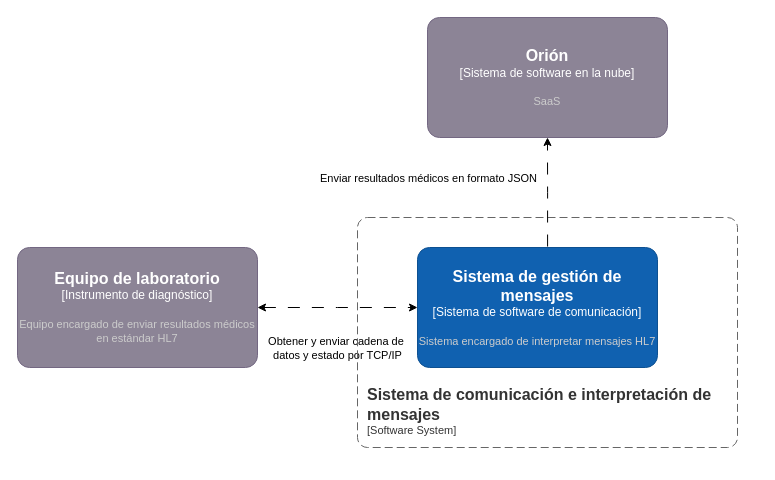
Before: page "Contexto" (1 of 4) of Diagramas/TIC.drawio in GiulianAlbuja/TIC, a draw.io diagram. Source tidied: cells renumbered, new cells numbered last; positions are measured from the earlier drawing's top-left corner, leaving out a move shared by most shapes. Both pictures are drawn from the tidied source at 100%, with x=0, y=0 at pixel (17, 17).
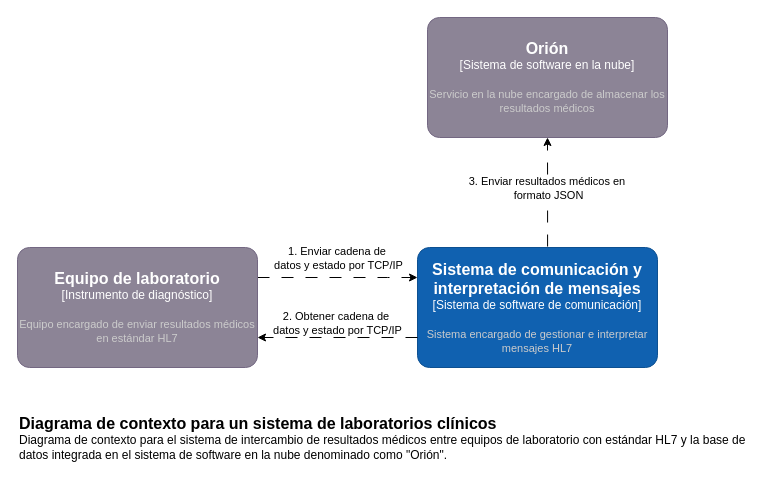
The same diagram, later.

Commit message (it also covers changes not shown here):
Se actualizo diagramas a una version final para discutir con el cliente

The edit, as a diff of the source:
```diff
@@
 <mxGraphModel>
   <root>
     <mxCell id="0" />
     <mxCell id="1" parent="0" />
-    <mxCell id="2" style="edgeStyle=orthogonalEdgeStyle;rounded=0;jettySize=auto;html=1;startArrow=classic;startFill=1;dashed=1;dashPattern=12 12;" parent="1" edge="1" source="4">
+    <mxCell id="2" style="edgeStyle=orthogonalEdgeStyle;rounded=0;jettySize=auto;html=1;startArrow=none;startFill=0;dashed=1;dashPattern=12 12;entryX=0;entryY=0.25;entryDx=0;entryDy=0;entryPerimeter=0;exitX=1;exitY=0.25;exitDx=0;exitDy=0;exitPerimeter=0;" parent="1" edge="1" source="4" target="9">
       <mxGeometry relative="1" as="geometry">
-        <mxPoint x="400" y="290" as="targetPoint" />
+        <Array as="points">
+          <mxPoint x="370" y="260" />
+          <mxPoint x="370" y="260" />
+        </Array>
       </mxGeometry>
     </mxCell>
-    <mxCell id="3" value="Obtener y enviar cadena de&amp;nbsp;&lt;div&gt;datos y estado por TCP/IP&lt;/div&gt;" style="edgeLabel;html=1;align=center;verticalAlign=middle;" parent="2" vertex="1">
+    <mxCell id="3" value="1. Enviar cadena de&amp;nbsp;&lt;div&gt;datos y estado por TCP/IP&lt;/div&gt;" style="edgeLabel;html=1;align=center;verticalAlign=middle;" parent="2" vertex="1">
       <mxGeometry x="0.44" y="2" relative="1" as="geometry">
-        <mxPoint x="-36" y="42" as="offset" />
+        <mxPoint x="-35" y="-18" as="offset" />
       </mxGeometry>
     </mxCell>
     <object id="4" label="&lt;font style=&quot;font-size: 16px&quot;&gt;&lt;b&gt;%c4Name%&lt;/b&gt;&lt;/font&gt;&lt;div&gt;[%c4Type%]&lt;/div&gt;&lt;br&gt;&lt;div&gt;&lt;font style=&quot;font-size: 11px&quot;&gt;&lt;font color=&quot;#cccccc&quot;&gt;%c4Description%&lt;/font&gt;&lt;/div&gt;" c4Description="Equipo encargado de enviar resultados médicos en estándar HL7" c4Name="Equipo de laboratorio" c4Type="Instrumento de diagnóstico" placeholders="1">
       <mxCell style="rounded=1;whiteSpace=wrap;html=1;labelBackgroundColor=none;fillColor=#8C8496;fontColor=#ffffff;align=center;arcSize=10;strokeColor=#736782;points=[[0.25,0,0],[0.5,0,0],[0.75,0,0],[1,0.25,0],[1,0.5,0],[1,0.75,0],[0.75,1,0],[0.5,1,0],[0.25,1,0],[0,0.75,0],[0,0.5,0],[0,0.25,0]];" parent="1" vertex="1">
         <mxGeometry y="230" width="240" height="120" as="geometry" />
       </mxCell>
     </object>
-    <object id="5" label="&lt;font style=&quot;font-size: 16px&quot;&gt;&lt;b&gt;&lt;div style=&quot;text-align: left&quot;&gt;%c4Name%&lt;/div&gt;&lt;/b&gt;&lt;/font&gt;&lt;div style=&quot;text-align: left&quot;&gt;[%c4Application%]&lt;/div&gt;" c4Application="Software System" c4Name="Sistema de comunicación e interpretación de mensajes" placeholders="1">
-      <mxCell style="rounded=1;fontSize=11;whiteSpace=wrap;html=1;dashed=1;arcSize=20;fillColor=none;strokeColor=#666666;fontColor=#333333;labelBackgroundColor=none;align=left;verticalAlign=bottom;labelBorderColor=none;spacingTop=0;spacing=10;dashPattern=8 4;perimeter=rectanglePerimeter;noLabel=0;labelPadding=0;absoluteArcSize=1;" parent="1" vertex="1">
-        <mxGeometry x="340" y="200" width="380" height="230" as="geometry" />
-      </mxCell>
-    </object>
-    <object id="6" label="&lt;font style=&quot;font-size: 16px&quot;&gt;&lt;b&gt;%c4Name%&lt;/b&gt;&lt;/font&gt;&lt;div&gt;[%c4Type%]&lt;/div&gt;&lt;br&gt;&lt;div&gt;&lt;font style=&quot;font-size: 11px&quot;&gt;&lt;font color=&quot;#cccccc&quot;&gt;%c4Description%&lt;/font&gt;&lt;/div&gt;" c4Description="SaaS" c4Name="Orión" c4Type="Sistema de software en la nube" placeholders="1">
+    <object id="6" label="&lt;font style=&quot;font-size: 16px&quot;&gt;&lt;b&gt;%c4Name%&lt;/b&gt;&lt;/font&gt;&lt;div&gt;[%c4Type%]&lt;/div&gt;&lt;br&gt;&lt;div&gt;&lt;font style=&quot;font-size: 11px&quot;&gt;&lt;font color=&quot;#cccccc&quot;&gt;%c4Description%&lt;/font&gt;&lt;/div&gt;" c4Description="Servicio en la nube encargado de almacenar los resultados médicos" c4Name="Orión" c4Type="Sistema de software en la nube" placeholders="1">
       <mxCell style="rounded=1;whiteSpace=wrap;html=1;labelBackgroundColor=none;fillColor=#8C8496;fontColor=#ffffff;align=center;arcSize=10;strokeColor=#736782;points=[[0.25,0,0],[0.5,0,0],[0.75,0,0],[1,0.25,0],[1,0.5,0],[1,0.75,0],[0.75,1,0],[0.5,1,0],[0.25,1,0],[0,0.75,0],[0,0.5,0],[0,0.25,0]];" parent="1" vertex="1">
         <mxGeometry x="410" width="240" height="120" as="geometry" />
       </mxCell>
     </object>
     <mxCell id="7" style="edgeStyle=orthogonalEdgeStyle;rounded=0;jettySize=auto;html=1;entryX=0.5;entryY=1;entryDx=0;entryDy=0;entryPerimeter=0;startArrow=none;startFill=0;exitX=0.542;exitY=-0.008;exitDx=0;exitDy=0;exitPerimeter=0;dashed=1;dashPattern=12 12;" parent="1" edge="1" source="9" target="6">
       <mxGeometry relative="1" as="geometry" />
     </mxCell>
-    <mxCell id="8" value="Enviar resultados médicos en formato JSON" style="edgeLabel;html=1;align=center;verticalAlign=middle;" parent="7" vertex="1">
+    <mxCell id="8" value="3. Enviar resultados médicos en&amp;nbsp;&lt;div&gt;formato JSON&lt;/div&gt;" style="edgeLabel;html=1;align=center;verticalAlign=middle;" parent="7" vertex="1">
       <mxGeometry x="-0.19" y="-4" relative="1" as="geometry">
-        <mxPoint x="-124" y="-25" as="offset" />
+        <mxPoint x="-4" y="-15" as="offset" />
       </mxGeometry>
     </mxCell>
-    <object id="9" label="&lt;font style=&quot;font-size: 16px&quot;&gt;&lt;b&gt;%c4Name%&lt;/b&gt;&lt;/font&gt;&lt;div&gt;[%c4Type%]&lt;/div&gt;&lt;br&gt;&lt;div&gt;&lt;font style=&quot;font-size: 11px&quot;&gt;&lt;font color=&quot;#cccccc&quot;&gt;%c4Description%&lt;/font&gt;&lt;/div&gt;" c4Description="Sistema encargado de interpretar mensajes HL7" c4Name="Sistema de gestión de mensajes" c4Type="Sistema de software de comunicación" placeholders="1">
+    <object id="9" label="&lt;font style=&quot;font-size: 16px&quot;&gt;&lt;b&gt;%c4Name%&lt;/b&gt;&lt;/font&gt;&lt;div&gt;[%c4Type%]&lt;/div&gt;&lt;br&gt;&lt;div&gt;&lt;font style=&quot;font-size: 11px&quot;&gt;&lt;font color=&quot;#cccccc&quot;&gt;%c4Description%&lt;/font&gt;&lt;/div&gt;" c4Description="Sistema encargado de gestionar e interpretar mensajes HL7" c4Name="Sistema de comunicación y interpretación de mensajes" c4Type="Sistema de software de comunicación" placeholders="1">
       <mxCell style="rounded=1;whiteSpace=wrap;html=1;labelBackgroundColor=none;fillColor=#1061B0;fontColor=#ffffff;align=center;arcSize=10;strokeColor=#0D5091;points=[[0.25,0,0],[0.5,0,0],[0.75,0,0],[1,0.25,0],[1,0.5,0],[1,0.75,0],[0.75,1,0],[0.5,1,0],[0.25,1,0],[0,0.75,0],[0,0.5,0],[0,0.25,0]];" parent="1" vertex="1">
         <mxGeometry x="400" y="230" width="240" height="120" as="geometry" />
       </mxCell>
     </object>
+    <object id="10" label="&lt;font style=&quot;font-size: 16px&quot;&gt;&lt;b&gt;&lt;div style=&quot;text-align: left&quot;&gt;%c4Name%&lt;/div&gt;&lt;/b&gt;&lt;/font&gt;&lt;div style=&quot;text-align: left&quot;&gt;%c4Description%&lt;/div&gt;" c4Description="Diagrama de contexto para el sistema de intercambio de resultados médicos entre equipos de laboratorio con estándar HL7  y la base de datos integrada en el sistema de software en la nube denominado como &quot;Orión&quot;." c4Name="Diagrama de contexto para un sistema de laboratorios clínicos" placeholders="1">
+      <mxCell style="text;html=1;strokeColor=none;fillColor=none;align=left;verticalAlign=top;whiteSpace=wrap;rounded=0;" parent="1" vertex="1">
+        <mxGeometry y="390" width="740" height="40" as="geometry" />
+      </mxCell>
+    </object>
+    <mxCell id="11" style="edgeStyle=orthogonalEdgeStyle;rounded=0;jettySize=auto;html=1;entryX=1;entryY=0.75;entryDx=0;entryDy=0;entryPerimeter=0;dashed=1;dashPattern=12 12;exitX=0;exitY=0.75;exitDx=0;exitDy=0;exitPerimeter=0;" parent="1" edge="1" source="9" target="4">
+      <mxGeometry relative="1" as="geometry" />
+    </mxCell>
+    <mxCell id="12" value="&lt;span style=&quot;color: rgb(0, 0, 0); font-family: Helvetica; font-size: 11px; font-style: normal; font-variant-ligatures: normal; font-variant-caps: normal; font-weight: 400; letter-spacing: normal; orphans: 2; text-align: center; text-indent: 0px; text-transform: none; widows: 2; word-spacing: 0px; -webkit-text-stroke-width: 0px; white-space: nowrap; background-color: rgb(255, 255, 255); text-decoration-thickness: initial; text-decoration-style: initial; text-decoration-color: initial; display: inline !important; float: none;&quot;&gt;2. Obtener cadena de&amp;nbsp;&lt;/span&gt;&lt;div style=&quot;forced-color-adjust: none; color: rgb(0, 0, 0); font-family: Helvetica; font-size: 11px; font-style: normal; font-variant-ligatures: normal; font-variant-caps: normal; font-weight: 400; letter-spacing: normal; orphans: 2; text-align: center; text-indent: 0px; text-transform: none; widows: 2; word-spacing: 0px; -webkit-text-stroke-width: 0px; white-space: nowrap; text-decoration-thickness: initial; text-decoration-style: initial; text-decoration-color: initial;&quot;&gt;datos y estado por TCP/IP&lt;/div&gt;" style="edgeLabel;html=1;align=center;verticalAlign=middle;" parent="11" vertex="1">
+      <mxGeometry x="0.01" y="1" relative="1" as="geometry">
+        <mxPoint y="-16" as="offset" />
+      </mxGeometry>
+    </mxCell>
   </root>
 </mxGraphModel>
```
